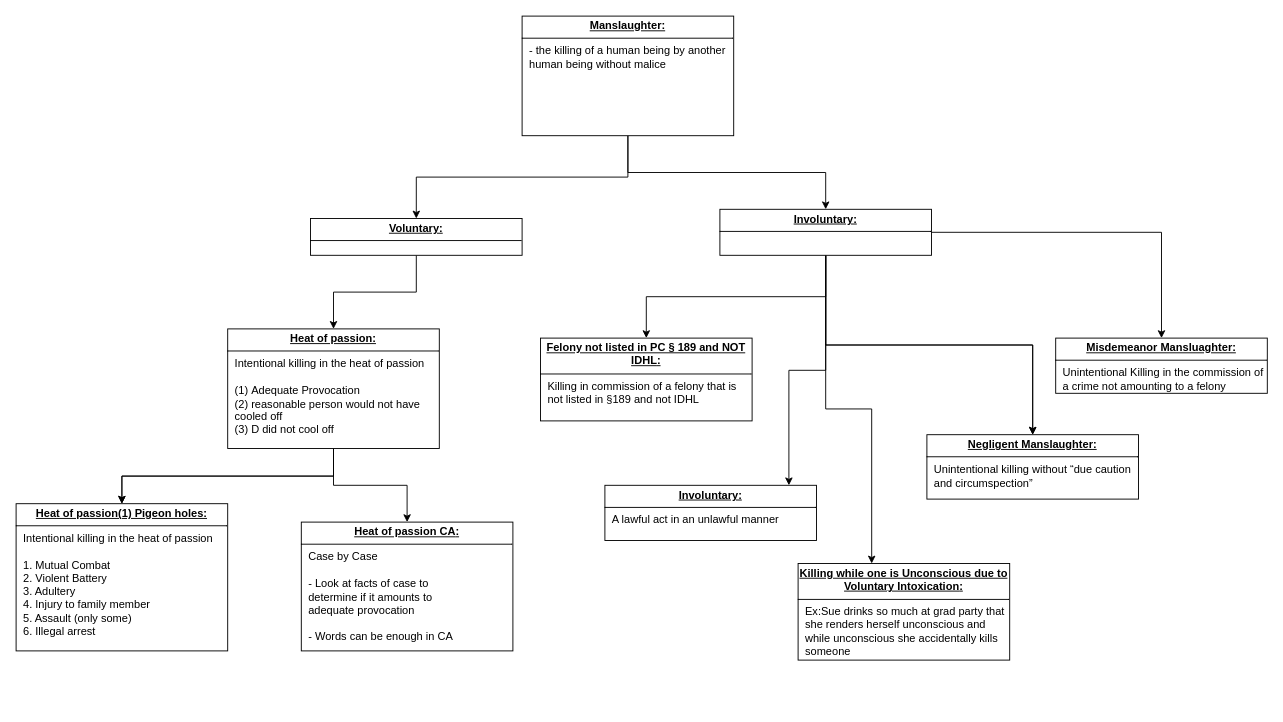
This is page "Manslaughter" (2 of 7) of Crim.drawio from Jdcruz831/law-school, a draw.io file, before an edit. Source tidied: cells renumbered, new cells numbered last; positions are measured from the earlier drawing's top-left corner, leaving out a move shared by most shapes. Both pictures are drawn from the tidied source at 92%, with x=0, y=0 at pixel (16, 16).
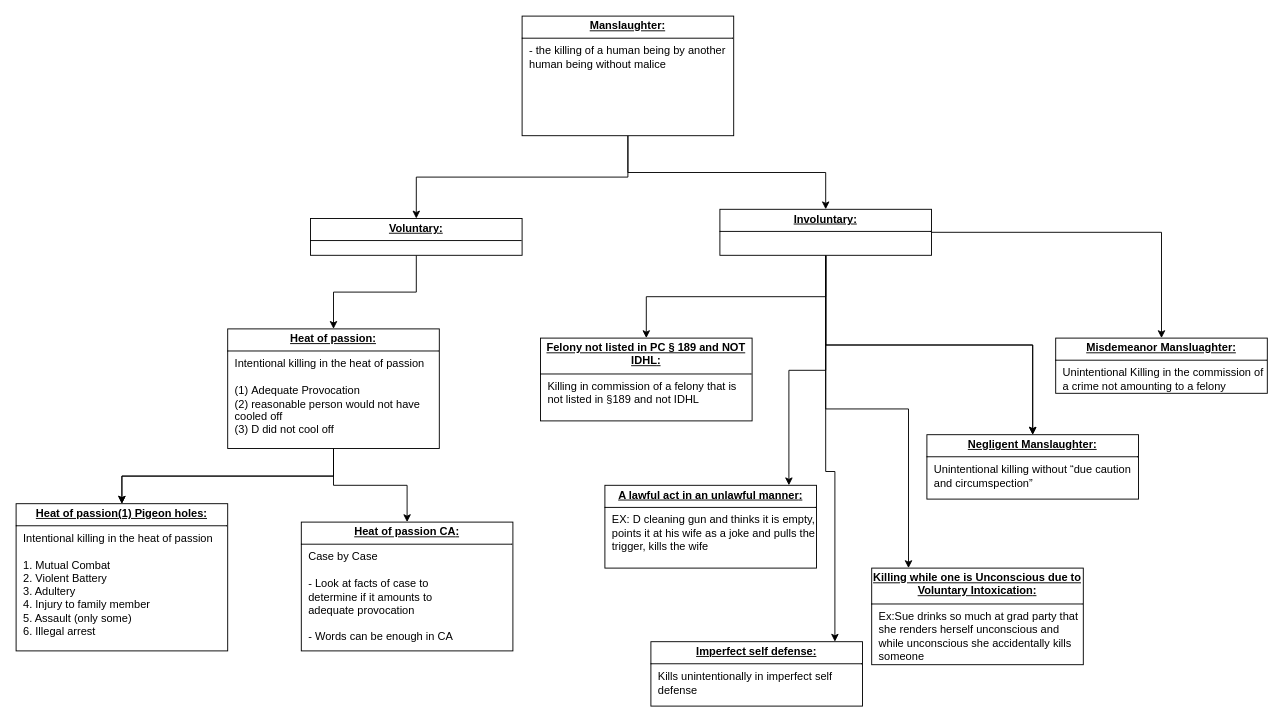
Above is the later version.

The change refers to these unchanged cells:
```xml
<mxCell id="13" value="&lt;p style=&quot;margin: 4px 0px 0px; text-align: center;&quot;&gt;&lt;b&gt;&lt;u&gt;Involuntary:&lt;/u&gt;&lt;/b&gt;&lt;/p&gt;&lt;hr size=&quot;1&quot; style=&quot;border-style:solid;&quot;&gt;&lt;p style=&quot;margin:0px;margin-left:8px;&quot;&gt;&lt;br&gt;&lt;/p&gt;" style="verticalAlign=top;align=left;overflow=fill;html=1;whiteSpace=wrap;" parent="1" vertex="1">
  <mxGeometry x="765" y="210" width="230" height="50" as="geometry" />
</mxCell>
```

The edit, as a diff of the source:
```diff
@@
     <mxCell id="12" style="edgeStyle=orthogonalEdgeStyle;rounded=0;jettySize=auto;html=1;" parent="1" edge="1" source="13" target="24">
       <mxGeometry relative="1" as="geometry">
         <Array as="points">
           <mxPoint x="880" y="427" />
-          <mxPoint x="930" y="427" />
+          <mxPoint x="970" y="427" />
         </Array>
       </mxGeometry>
     </mxCell>
+    <mxCell id="25" style="edgeStyle=orthogonalEdgeStyle;rounded=0;jettySize=auto;html=1;" parent="1" edge="1" source="13" target="26">
+      <mxGeometry relative="1" as="geometry">
+        <Array as="points">
+          <mxPoint x="880" y="495" />
+          <mxPoint x="890" y="495" />
+        </Array>
+      </mxGeometry>
+    </mxCell>
@@
-    <mxCell id="22" value="&lt;p style=&quot;margin: 4px 0px 0px; text-align: center;&quot;&gt;&lt;b&gt;&lt;u&gt;Involuntary:&lt;/u&gt;&lt;/b&gt;&lt;/p&gt;&lt;hr size=&quot;1&quot; style=&quot;border-style:solid;&quot;&gt;&lt;p style=&quot;margin:0px;margin-left:8px;&quot;&gt;A lawful act in an unlawful manner&lt;/p&gt;&lt;div&gt;&lt;br&gt;&lt;/div&gt;" style="verticalAlign=top;align=left;overflow=fill;html=1;whiteSpace=wrap;" parent="1" vertex="1">
-      <mxGeometry x="640" y="510" width="230" height="60" as="geometry" />
+    <mxCell id="22" value="&lt;p style=&quot;margin: 4px 0px 0px; text-align: center;&quot;&gt;&lt;b&gt;&lt;u&gt;A lawful act in an unlawful manner&lt;/u&gt;&lt;/b&gt;&lt;b&gt;&lt;u&gt;:&lt;/u&gt;&lt;/b&gt;&lt;/p&gt;&lt;hr size=&quot;1&quot; style=&quot;border-style:solid;&quot;&gt;&lt;p style=&quot;margin:0px;margin-left:8px;&quot;&gt;EX: D cleaning gun and thinks it is empty, points it at his wife as a joke and pulls the trigger, kills the wife&lt;/p&gt;&lt;div&gt;&lt;br&gt;&lt;/div&gt;" style="verticalAlign=top;align=left;overflow=fill;html=1;whiteSpace=wrap;" parent="1" vertex="1">
+      <mxGeometry x="640" y="510" width="230" height="90" as="geometry" />
     </mxCell>
@@
     <mxCell id="24" value="&lt;p style=&quot;text-align: center; margin: 4px 0px 0px;&quot;&gt;&lt;span style=&quot;text-align: left;&quot;&gt;&lt;b&gt;&lt;u&gt;Killing while one is Unconscious due to Voluntary Intoxication&lt;/u&gt;&lt;/b&gt;&lt;/span&gt;&lt;b&gt;&lt;u&gt;:&lt;/u&gt;&lt;/b&gt;&lt;/p&gt;&lt;hr size=&quot;1&quot; style=&quot;border-style:solid;&quot;&gt;&lt;p style=&quot;margin:0px;margin-left:8px;&quot;&gt;Ex:Sue drinks so much at grad party that she renders herself unconscious and while unconscious she accidentally kills someone&lt;/p&gt;&lt;div&gt;&lt;br&gt;&lt;/div&gt;" style="verticalAlign=top;align=left;overflow=fill;html=1;whiteSpace=wrap;" parent="1" vertex="1">
-      <mxGeometry x="850" y="595" width="230" height="105" as="geometry" />
+      <mxGeometry x="930" y="600" width="230" height="105" as="geometry" />
     </mxCell>
+    <mxCell id="26" value="&lt;p style=&quot;margin: 4px 0px 0px; text-align: center;&quot;&gt;&lt;b&gt;&lt;u&gt;Imperfect self defense:&lt;/u&gt;&lt;/b&gt;&lt;/p&gt;&lt;hr size=&quot;1&quot; style=&quot;border-style:solid;&quot;&gt;&lt;p style=&quot;margin:0px;margin-left:8px;&quot;&gt;Kills unintentionally in imperfect self defense&amp;nbsp;&lt;/p&gt;" style="verticalAlign=top;align=left;overflow=fill;html=1;whiteSpace=wrap;" parent="1" vertex="1">
+      <mxGeometry x="690" y="680" width="230" height="70" as="geometry" />
+    </mxCell>
```
